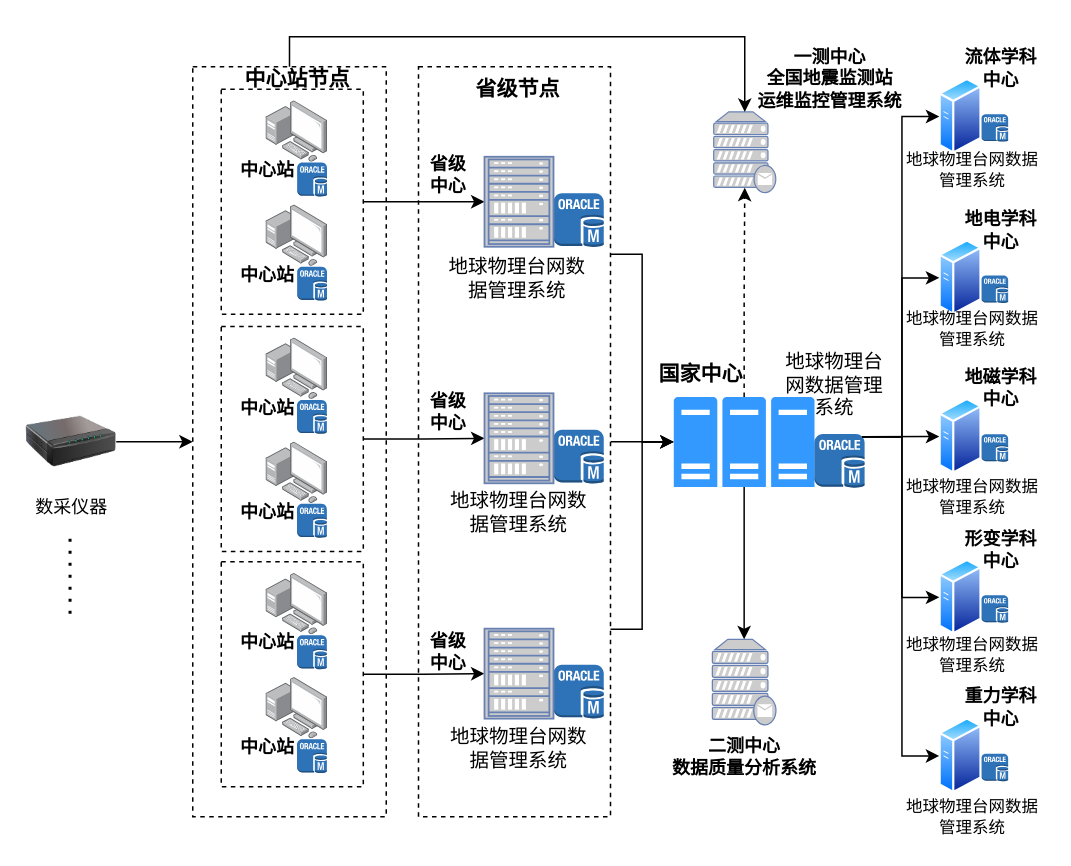
Before: page "第 6 页" (6 of 18) of drawio/eq_network.drawio in raingnight/Blog_Pic, a draw.io diagram. Source tidied: cells renumbered, new cells numbered last; positions are measured from the earlier drawing's top-left corner, leaving out a move shared by most shapes. Both pictures are drawn from the tidied source at 150%, with x=0, y=0 at pixel (26, 50).
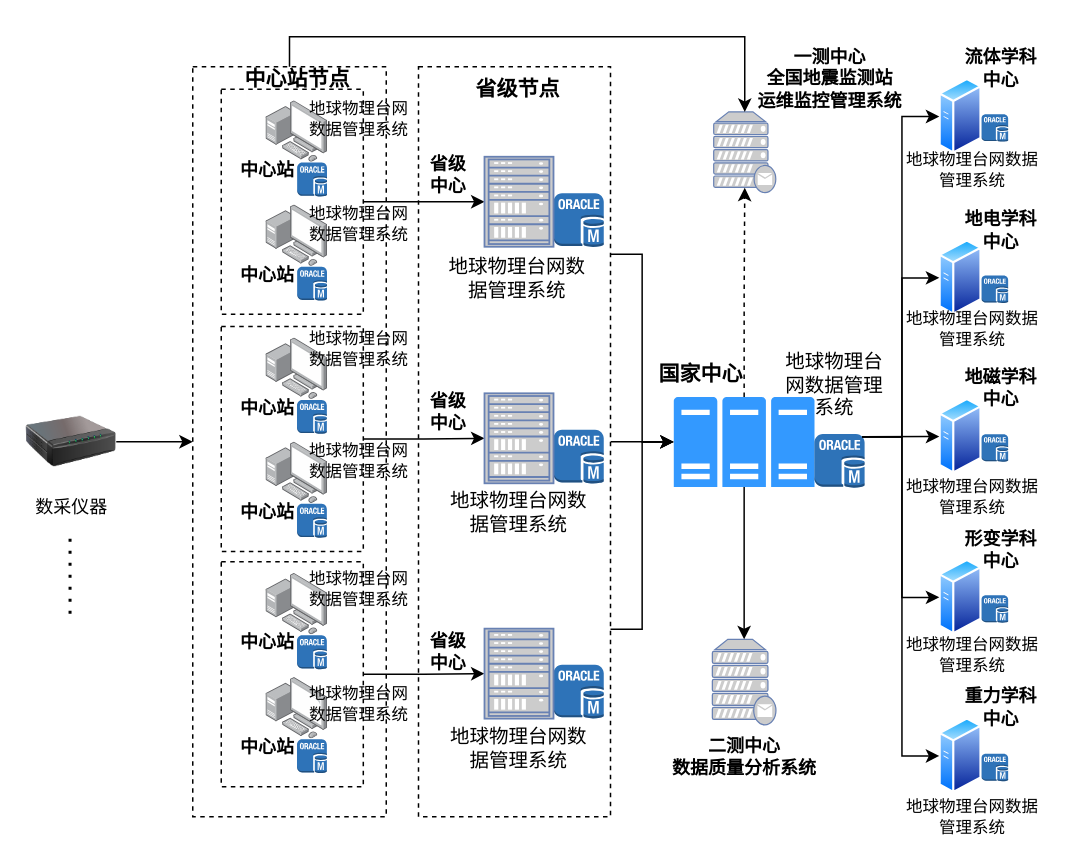
The same page after the edit.

What changed in the source:
```diff
@@
+    <mxCell id="87" value="&lt;font style=&quot;font-size: 11px;&quot;&gt;地球物理台网数据管理系统&lt;/font&gt;" style="text;html=1;strokeColor=none;fillColor=none;align=center;verticalAlign=middle;whiteSpace=wrap;rounded=0;fontSize=11;" parent="1" vertex="1">
+      <mxGeometry x="187.4" y="31" width="69.5" height="30" as="geometry" />
+    </mxCell>
+    <mxCell id="88" value="&lt;font style=&quot;font-size: 11px;&quot;&gt;地球物理台网数据管理系统&lt;/font&gt;" style="text;html=1;strokeColor=none;fillColor=none;align=center;verticalAlign=middle;whiteSpace=wrap;rounded=0;fontSize=11;" parent="1" vertex="1">
+      <mxGeometry x="187.4" y="101.4" width="69.5" height="30" as="geometry" />
+    </mxCell>
+    <mxCell id="89" value="&lt;font style=&quot;font-size: 11px;&quot;&gt;地球物理台网数据管理系统&lt;/font&gt;" style="text;html=1;strokeColor=none;fillColor=none;align=center;verticalAlign=middle;whiteSpace=wrap;rounded=0;fontSize=11;" parent="1" vertex="1">
+      <mxGeometry x="187.4" y="183.7" width="69.5" height="30" as="geometry" />
+    </mxCell>
+    <mxCell id="90" value="&lt;font style=&quot;font-size: 11px;&quot;&gt;地球物理台网数据管理系统&lt;/font&gt;" style="text;html=1;strokeColor=none;fillColor=none;align=center;verticalAlign=middle;whiteSpace=wrap;rounded=0;fontSize=11;" parent="1" vertex="1">
+      <mxGeometry x="187.4" y="258.7" width="69.5" height="30" as="geometry" />
+    </mxCell>
+    <mxCell id="91" value="&lt;font style=&quot;font-size: 11px;&quot;&gt;地球物理台网数据管理系统&lt;/font&gt;" style="text;html=1;strokeColor=none;fillColor=none;align=center;verticalAlign=middle;whiteSpace=wrap;rounded=0;fontSize=11;" parent="1" vertex="1">
+      <mxGeometry x="187.4" y="344.4" width="69.5" height="30" as="geometry" />
+    </mxCell>
+    <mxCell id="92" value="&lt;font style=&quot;font-size: 11px;&quot;&gt;地球物理台网数据管理系统&lt;/font&gt;" style="text;html=1;strokeColor=none;fillColor=none;align=center;verticalAlign=middle;whiteSpace=wrap;rounded=0;fontSize=11;" parent="1" vertex="1">
+      <mxGeometry x="187.4" y="421.1" width="69.5" height="30" as="geometry" />
+    </mxCell>
```
